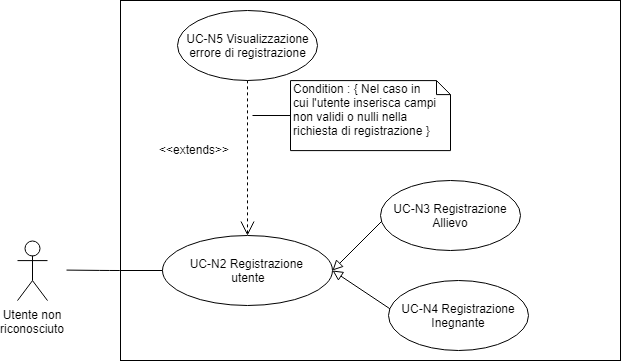
Earlier version of the draw.io export docs/Analisi_dei_requisiti/images/UC-N2.png (ottoBitPd/colletta). Source tidied: cells renumbered, new cells last; positions are measured from the earlier drawing's top-left corner, leaving out a move shared by most shapes.
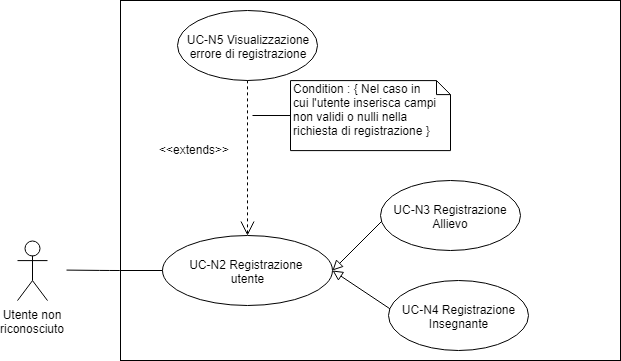
The same diagram one commit later.

Commit message:
Inserita figura 3 corretta

What changed in the source:
```diff
@@ -50,7 +50,7 @@
     <mxCell id="13" value="UC-N3 Registrazione Allievo&lt;br&gt;" style="ellipse;whiteSpace=wrap;html=1;fontColor=none;" parent="1" vertex="1">
       <mxGeometry x="363" y="180.1" width="140" height="70" as="geometry" />
     </mxCell>
-    <mxCell id="14" value="UC-N4 Registrazione&lt;br&gt;Inegnante&lt;br&gt;" style="ellipse;whiteSpace=wrap;html=1;fontColor=none;" parent="1" vertex="1">
+    <mxCell id="14" value="UC-N4 Registrazione&lt;br&gt;Insegnante&lt;br&gt;" style="ellipse;whiteSpace=wrap;html=1;fontColor=none;" parent="1" vertex="1">
       <mxGeometry x="371" y="280.1" width="140" height="70" as="geometry" />
     </mxCell>
   </root>
```
